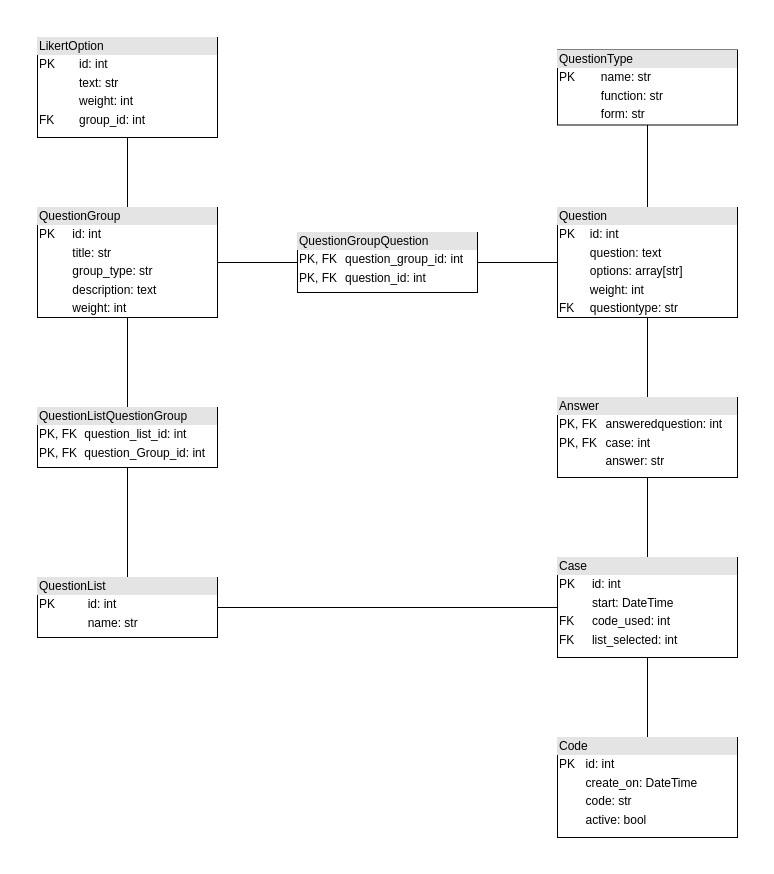
Before: docs/figures/sources/erd.drawio in Shannendorf/DataEnWatNu, a draw.io diagram. Source tidied: cells renumbered, new cells numbered last; positions are measured from the earlier drawing's top-left corner, leaving out a move shared by most shapes. Both pictures are drawn from the tidied source at 100%, with x=0, y=0 at pixel (37, 37).
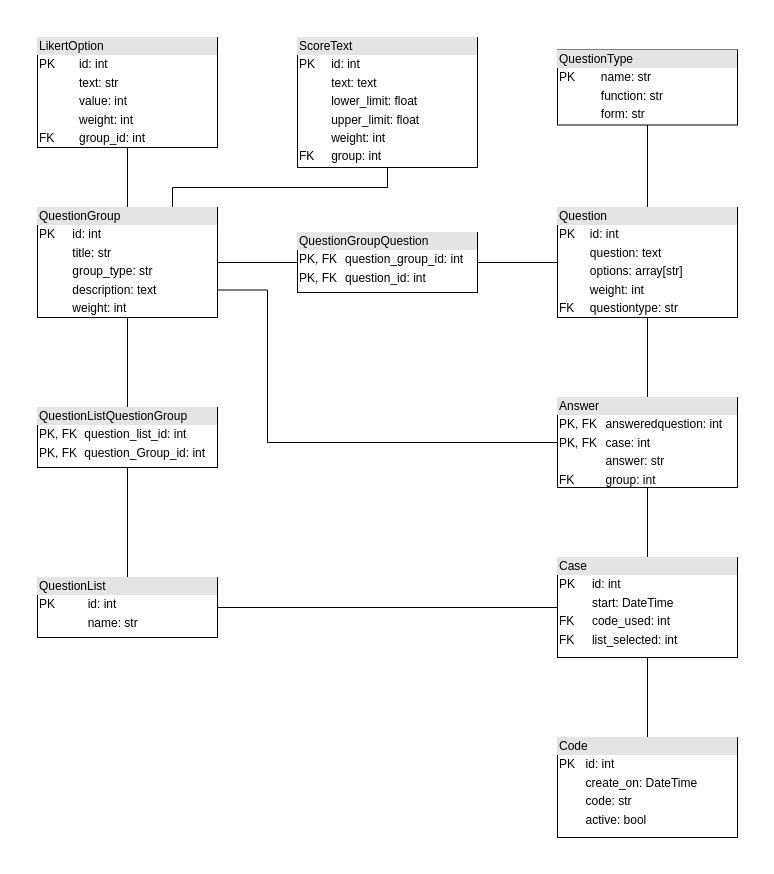
The same page after the edit.

Unchanged cells that the change refers to:
```xml
<mxCell id="9" value="&lt;div style=&quot;box-sizing: border-box ; width: 100% ; background: #e4e4e4 ; padding: 2px&quot;&gt;QuestionGroup&lt;/div&gt;&lt;table style=&quot;width: 100% ; font-size: 1em&quot; cellpadding=&quot;2&quot; cellspacing=&quot;0&quot;&gt;&lt;tbody&gt;&lt;tr&gt;&lt;td&gt;PK&lt;/td&gt;&lt;td&gt;id: int&lt;/td&gt;&lt;/tr&gt;&lt;tr&gt;&lt;td&gt;&lt;br&gt;&lt;/td&gt;&lt;td&gt;title: str&lt;/td&gt;&lt;/tr&gt;&lt;tr&gt;&lt;td&gt;&lt;/td&gt;&lt;td&gt;group_type: str&lt;br&gt;&lt;/td&gt;&lt;/tr&gt;&lt;tr&gt;&lt;td&gt;&lt;br&gt;&lt;/td&gt;&lt;td&gt;description: text&lt;br&gt;&lt;/td&gt;&lt;/tr&gt;&lt;tr&gt;&lt;td&gt;&lt;br&gt;&lt;/td&gt;&lt;td&gt;weight: int&lt;/td&gt;&lt;/tr&gt;&lt;tr&gt;&lt;td&gt;&lt;br&gt;&lt;/td&gt;&lt;td&gt;&lt;br&gt;&lt;/td&gt;&lt;/tr&gt;&lt;/tbody&gt;&lt;/table&gt;" style="verticalAlign=top;align=left;overflow=fill;html=1;" parent="1" vertex="1">
  <mxGeometry y="170" width="180" height="110" as="geometry" />
</mxCell>
```

What changed in the source:
```diff
@@
+    <mxCell id="23" style="rounded=0;whiteSpace=wrap;html=1;strokeColor=none;" parent="1" vertex="1">
+      <mxGeometry x="-20" y="-20" width="740" height="840" as="geometry" />
+    </mxCell>
@@
+    <mxCell id="24" style="edgeStyle=orthogonalEdgeStyle;rounded=0;jettySize=auto;html=1;exitX=1;exitY=0.75;exitDx=0;exitDy=0;entryX=0;entryY=0.5;entryDx=0;entryDy=0;endArrow=none;endFill=0;" parent="1" edge="1" source="9" target="12">
+      <mxGeometry relative="1" as="geometry">
+        <Array as="points">
+          <mxPoint x="230" y="253" />
+          <mxPoint x="230" y="405" />
+        </Array>
+      </mxGeometry>
+    </mxCell>
+    <mxCell id="25" style="edgeStyle=orthogonalEdgeStyle;rounded=0;jettySize=auto;html=1;exitX=0.75;exitY=0;exitDx=0;exitDy=0;entryX=0.5;entryY=1;entryDx=0;entryDy=0;endArrow=none;endFill=0;" parent="1" edge="1" source="9" target="26">
+      <mxGeometry relative="1" as="geometry" />
+    </mxCell>
@@
-    <mxCell id="10" value="&lt;div style=&quot;box-sizing: border-box ; width: 100% ; background: #e4e4e4 ; padding: 2px&quot;&gt;LikertOption&lt;/div&gt;&lt;table style=&quot;width: 100% ; font-size: 1em&quot; cellpadding=&quot;2&quot; cellspacing=&quot;0&quot;&gt;&lt;tbody&gt;&lt;tr&gt;&lt;td&gt;PK&lt;/td&gt;&lt;td&gt;id: int&lt;/td&gt;&lt;/tr&gt;&lt;tr&gt;&lt;td&gt;&lt;br&gt;&lt;/td&gt;&lt;td&gt;text: str&lt;/td&gt;&lt;/tr&gt;&lt;tr&gt;&lt;td&gt;&lt;/td&gt;&lt;td&gt;weight: int&lt;br&gt;&lt;/td&gt;&lt;/tr&gt;&lt;tr&gt;&lt;td&gt;FK&lt;/td&gt;&lt;td&gt;group_id: int&lt;br&gt;&lt;/td&gt;&lt;/tr&gt;&lt;tr&gt;&lt;td&gt;&lt;br&gt;&lt;/td&gt;&lt;td&gt;&lt;br&gt;&lt;/td&gt;&lt;/tr&gt;&lt;/tbody&gt;&lt;/table&gt;" style="verticalAlign=top;align=left;overflow=fill;html=1;" parent="1" vertex="1">
-      <mxGeometry width="180" height="100" as="geometry" />
+    <mxCell id="10" value="&lt;div style=&quot;box-sizing: border-box ; width: 100% ; background: #e4e4e4 ; padding: 2px&quot;&gt;LikertOption&lt;/div&gt;&lt;table style=&quot;width: 100% ; font-size: 1em&quot; cellpadding=&quot;2&quot; cellspacing=&quot;0&quot;&gt;&lt;tbody&gt;&lt;tr&gt;&lt;td&gt;PK&lt;/td&gt;&lt;td&gt;id: int&lt;/td&gt;&lt;/tr&gt;&lt;tr&gt;&lt;td&gt;&lt;br&gt;&lt;/td&gt;&lt;td&gt;text: str&lt;/td&gt;&lt;/tr&gt;&lt;tr&gt;&lt;td&gt;&lt;br&gt;&lt;/td&gt;&lt;td&gt;value: int&lt;/td&gt;&lt;/tr&gt;&lt;tr&gt;&lt;td&gt;&lt;/td&gt;&lt;td&gt;weight: int&lt;br&gt;&lt;/td&gt;&lt;/tr&gt;&lt;tr&gt;&lt;td&gt;FK&lt;/td&gt;&lt;td&gt;group_id: int&lt;br&gt;&lt;/td&gt;&lt;/tr&gt;&lt;tr&gt;&lt;td&gt;&lt;br&gt;&lt;/td&gt;&lt;td&gt;&lt;br&gt;&lt;/td&gt;&lt;/tr&gt;&lt;/tbody&gt;&lt;/table&gt;" style="verticalAlign=top;align=left;overflow=fill;html=1;" parent="1" vertex="1">
+      <mxGeometry width="180" height="110" as="geometry" />
     </mxCell>
@@
-    <mxCell id="12" value="&lt;div style=&quot;box-sizing: border-box ; width: 100% ; background: #e4e4e4 ; padding: 2px&quot;&gt;Answer&lt;/div&gt;&lt;table style=&quot;width: 100% ; font-size: 1em&quot; cellpadding=&quot;2&quot; cellspacing=&quot;0&quot;&gt;&lt;tbody&gt;&lt;tr&gt;&lt;td&gt;PK, FK&lt;/td&gt;&lt;td&gt;answeredquestion: int&lt;/td&gt;&lt;/tr&gt;&lt;tr&gt;&lt;td&gt;PK, FK&lt;/td&gt;&lt;td&gt;case: int&lt;/td&gt;&lt;/tr&gt;&lt;tr&gt;&lt;td&gt;&lt;br&gt;&lt;/td&gt;&lt;td&gt;answer: str&lt;/td&gt;&lt;/tr&gt;&lt;/tbody&gt;&lt;/table&gt;" style="verticalAlign=top;align=left;overflow=fill;html=1;" parent="1" vertex="1">
-      <mxGeometry x="520" y="360" width="180" height="80" as="geometry" />
+    <mxCell id="12" value="&lt;div style=&quot;box-sizing: border-box ; width: 100% ; background: #e4e4e4 ; padding: 2px&quot;&gt;Answer&lt;/div&gt;&lt;table style=&quot;width: 100% ; font-size: 1em&quot; cellpadding=&quot;2&quot; cellspacing=&quot;0&quot;&gt;&lt;tbody&gt;&lt;tr&gt;&lt;td&gt;PK, FK&lt;/td&gt;&lt;td&gt;answeredquestion: int&lt;/td&gt;&lt;/tr&gt;&lt;tr&gt;&lt;td&gt;PK, FK&lt;/td&gt;&lt;td&gt;case: int&lt;/td&gt;&lt;/tr&gt;&lt;tr&gt;&lt;td&gt;&lt;br&gt;&lt;/td&gt;&lt;td&gt;answer: str&lt;/td&gt;&lt;/tr&gt;&lt;tr&gt;&lt;td&gt;FK&lt;/td&gt;&lt;td&gt;group: int&lt;/td&gt;&lt;/tr&gt;&lt;/tbody&gt;&lt;/table&gt;" style="verticalAlign=top;align=left;overflow=fill;html=1;" parent="1" vertex="1">
+      <mxGeometry x="520" y="360" width="180" height="90" as="geometry" />
     </mxCell>
@@
+    <mxCell id="26" value="&lt;div style=&quot;box-sizing: border-box ; width: 100% ; background: #e4e4e4 ; padding: 2px&quot;&gt;ScoreText&lt;/div&gt;&lt;table style=&quot;width: 100% ; font-size: 1em&quot; cellpadding=&quot;2&quot; cellspacing=&quot;0&quot;&gt;&lt;tbody&gt;&lt;tr&gt;&lt;td&gt;PK&lt;/td&gt;&lt;td&gt;id: int&lt;/td&gt;&lt;/tr&gt;&lt;tr&gt;&lt;td&gt;&lt;br&gt;&lt;/td&gt;&lt;td&gt;text: text&lt;/td&gt;&lt;/tr&gt;&lt;tr&gt;&lt;td&gt;&lt;br&gt;&lt;/td&gt;&lt;td&gt;lower_limit: float&lt;/td&gt;&lt;/tr&gt;&lt;tr&gt;&lt;td&gt;&lt;/td&gt;&lt;td&gt;upper_limit: float&lt;/td&gt;&lt;/tr&gt;&lt;tr&gt;&lt;td&gt;&lt;br&gt;&lt;/td&gt;&lt;td&gt;weight: int&lt;/td&gt;&lt;/tr&gt;&lt;tr&gt;&lt;td&gt;FK&lt;/td&gt;&lt;td&gt;group: int&lt;br&gt;&lt;/td&gt;&lt;/tr&gt;&lt;tr&gt;&lt;td&gt;&lt;br&gt;&lt;/td&gt;&lt;td&gt;&lt;br&gt;&lt;/td&gt;&lt;/tr&gt;&lt;/tbody&gt;&lt;/table&gt;" style="verticalAlign=top;align=left;overflow=fill;html=1;" parent="1" vertex="1">
+      <mxGeometry x="260" width="180" height="130" as="geometry" />
+    </mxCell>
```
